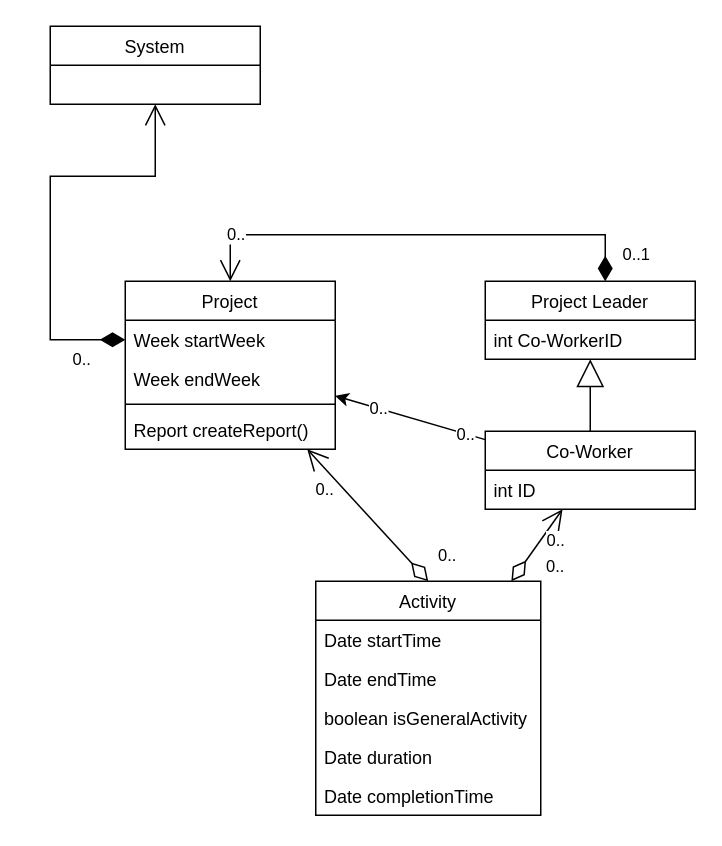
Earlier version of the draw.io diagram Overordnet - klassediagram.drawio (Buildasaurus/02161-Projekt). Source tidied: cells renumbered, new cells numbered last; positions are measured from the earlier drawing's top-left corner, leaving out a move shared by most shapes. Both pictures are drawn from the tidied source at 150%, with x=0, y=0 at pixel (50, 26).
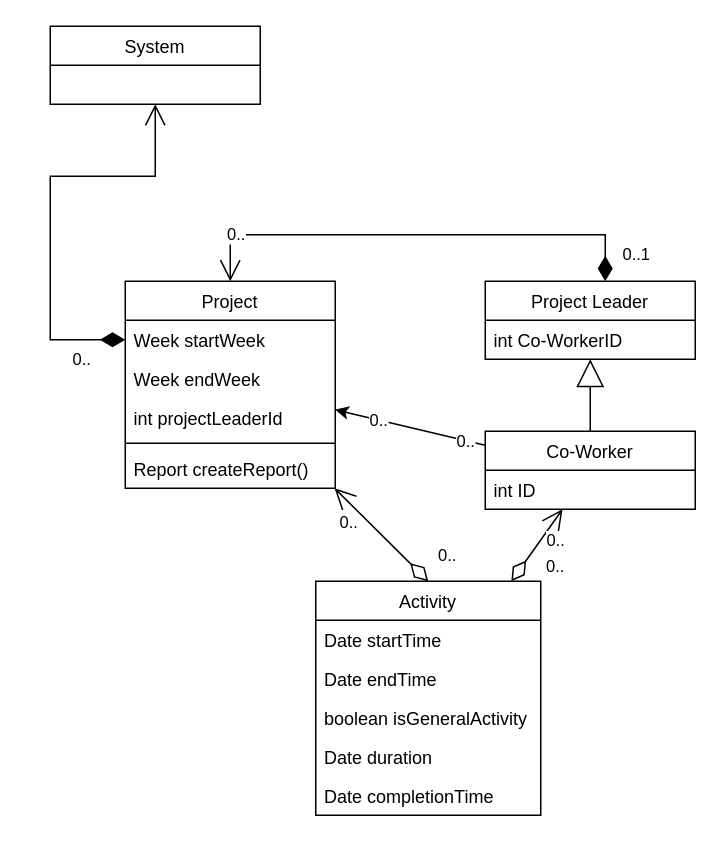
The same diagram, later.

Change to the diagram source:
```diff
@@
     <mxCell id="2" value="Project" style="swimlane;fontStyle=0;horizontal=1;startSize=26;fillColor=none;" parent="1" vertex="1">
-      <mxGeometry x="50" y="170" width="140" height="112" as="geometry" />
+      <mxGeometry x="50" y="170" width="140" height="138" as="geometry" />
     </mxCell>
@@
+    <mxCell id="30" value="int projectLeaderId" style="text;strokeColor=none;fillColor=none;align=left;verticalAlign=top;spacingLeft=4;spacingRight=4;overflow=hidden;" parent="2" vertex="1">
+      <mxGeometry y="78" width="140" height="26" as="geometry" />
+    </mxCell>
     <mxCell id="5" style="line;strokeWidth=1;fillColor=none;align=left;verticalAlign=middle;spacingTop=-1;spacingLeft=3;spacingRight=3;labelPosition=right;strokeColor=inherit;" parent="2" vertex="1">
-      <mxGeometry y="78" width="140" height="8" as="geometry" />
+      <mxGeometry y="104" width="140" height="8" as="geometry" />
     </mxCell>
     <mxCell id="6" value="Report createReport()" style="text;strokeColor=none;fillColor=none;align=left;verticalAlign=top;spacingLeft=4;spacingRight=4;overflow=hidden;" parent="2" vertex="1">
-      <mxGeometry y="86" width="140" height="26" as="geometry" />
+      <mxGeometry y="112" width="140" height="26" as="geometry" />
     </mxCell>
```
